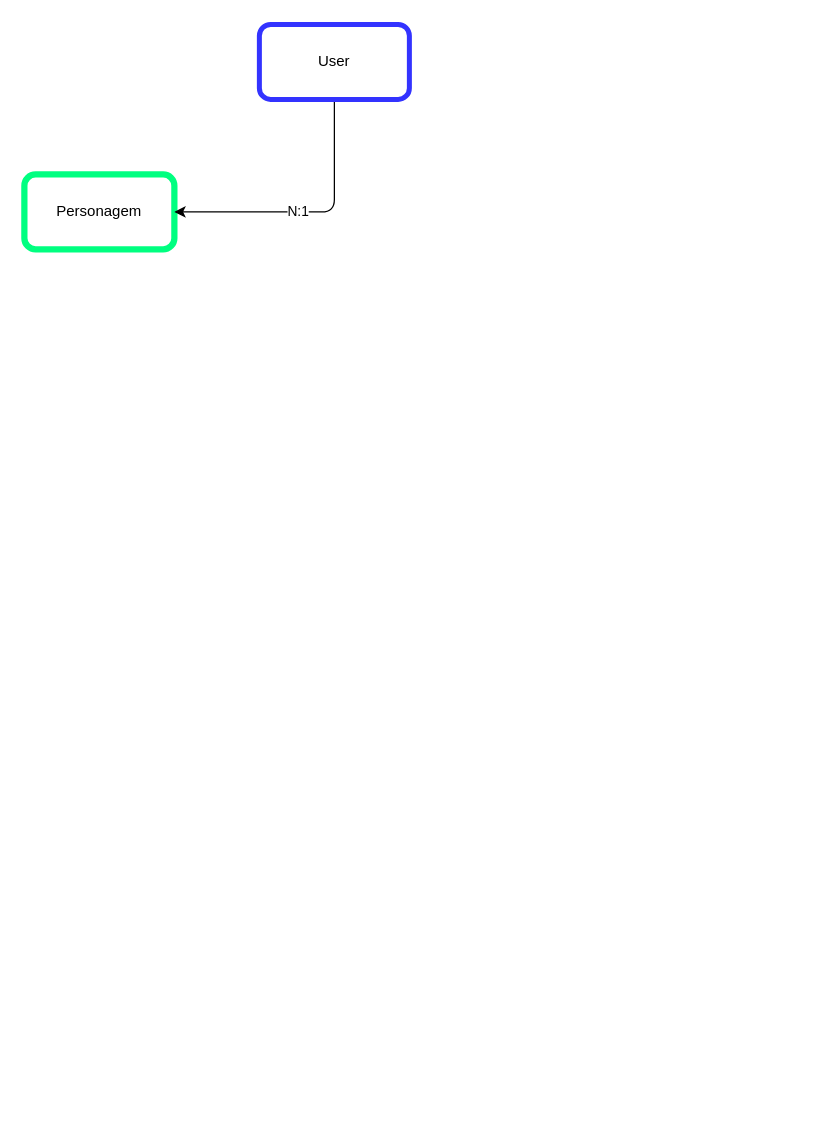
Leonardo-KF/C017-FS keeps this draw.io diagram as structure.drawio. Above is the earlier version. Source tidied: cells renumbered, new cells numbered last; positions are measured from the earlier drawing's top-left corner, leaving out a move shared by most shapes. Both pictures are drawn from the tidied source at 125%, with x=0, y=0 at pixel (24, 24).
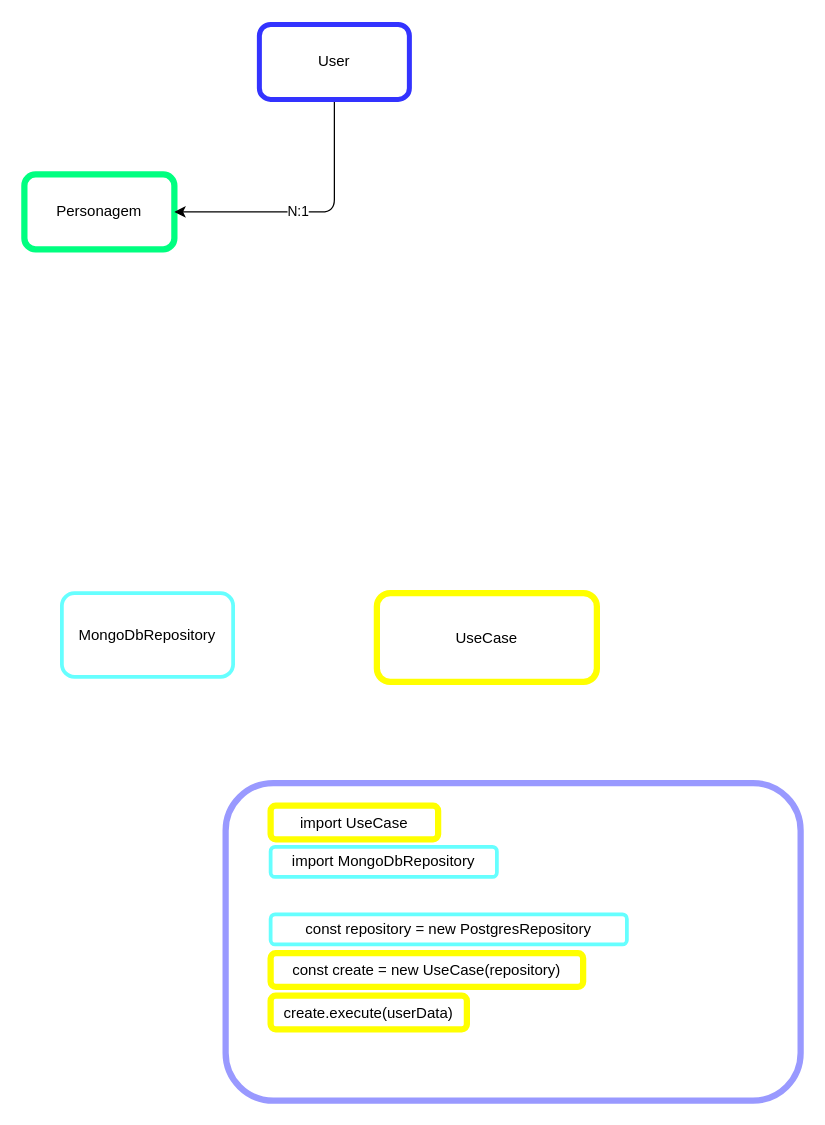
Above is the later version.

Change to the diagram source:
```diff
@@
 <mxGraphModel>
   <root>
     <mxCell id="0" />
     <mxCell id="1" parent="0" />
     <mxCell id="2" value="Personagem" style="rounded=1;whiteSpace=wrap;html=1;strokeColor=#00FF80;strokeWidth=5;" parent="1" vertex="1">
       <mxGeometry y="120" width="120" height="60" as="geometry" />
     </mxCell>
     <mxCell id="3" value="N:1" style="edgeStyle=orthogonalEdgeStyle;html=1;exitX=0.5;exitY=1;exitDx=0;exitDy=0;entryX=1;entryY=0.5;entryDx=0;entryDy=0;" parent="1" edge="1" source="4" target="2">
       <mxGeometry x="0.09" relative="1" as="geometry" />
     </mxCell>
     <mxCell id="4" value="User" style="rounded=1;whiteSpace=wrap;html=1;strokeColor=#3333FF;strokeWidth=4;" parent="1" vertex="1">
       <mxGeometry x="188" width="120" height="60" as="geometry" />
     </mxCell>
+    <mxCell id="5" value="UseCase" style="rounded=1;whiteSpace=wrap;html=1;strokeColor=#FFFF00;strokeWidth=5;" parent="1" vertex="1">
+      <mxGeometry x="282" y="455" width="176" height="71" as="geometry" />
+    </mxCell>
+    <mxCell id="6" value="MongoDbRepository" style="rounded=1;whiteSpace=wrap;html=1;strokeWidth=3;strokeColor=#66FFFF;" parent="1" vertex="1">
+      <mxGeometry x="30" y="455" width="137" height="67" as="geometry" />
+    </mxCell>
+    <mxCell id="7" style="rounded=1;whiteSpace=wrap;html=1;strokeColor=#9999FF;strokeWidth=5;" parent="1" vertex="1">
+      <mxGeometry x="161" y="607" width="460" height="254" as="geometry" />
+    </mxCell>
+    <mxCell id="8" value="import UseCase" style="rounded=1;whiteSpace=wrap;html=1;strokeColor=#FFFF00;strokeWidth=5;" parent="1" vertex="1">
+      <mxGeometry x="197" y="625" width="134" height="27" as="geometry" />
+    </mxCell>
+    <mxCell id="9" value="import MongoDbRepository" style="rounded=1;whiteSpace=wrap;html=1;strokeWidth=3;strokeColor=#66FFFF;" parent="1" vertex="1">
+      <mxGeometry x="197" y="658" width="181" height="24" as="geometry" />
+    </mxCell>
+    <mxCell id="10" value="const create = new UseCase(repository)" style="rounded=1;whiteSpace=wrap;html=1;strokeColor=#FFFF00;strokeWidth=5;" parent="1" vertex="1">
+      <mxGeometry x="197" y="743" width="250" height="27" as="geometry" />
+    </mxCell>
+    <mxCell id="11" value="const repository = new PostgresRepository" style="rounded=1;whiteSpace=wrap;html=1;strokeWidth=3;strokeColor=#66FFFF;" parent="1" vertex="1">
+      <mxGeometry x="197" y="712" width="285" height="24" as="geometry" />
+    </mxCell>
+    <mxCell id="12" value="create.execute(userData)" style="rounded=1;whiteSpace=wrap;html=1;strokeColor=#FFFF00;strokeWidth=5;" parent="1" vertex="1">
+      <mxGeometry x="197" y="777" width="157" height="27" as="geometry" />
+    </mxCell>
   </root>
 </mxGraphModel>
```
